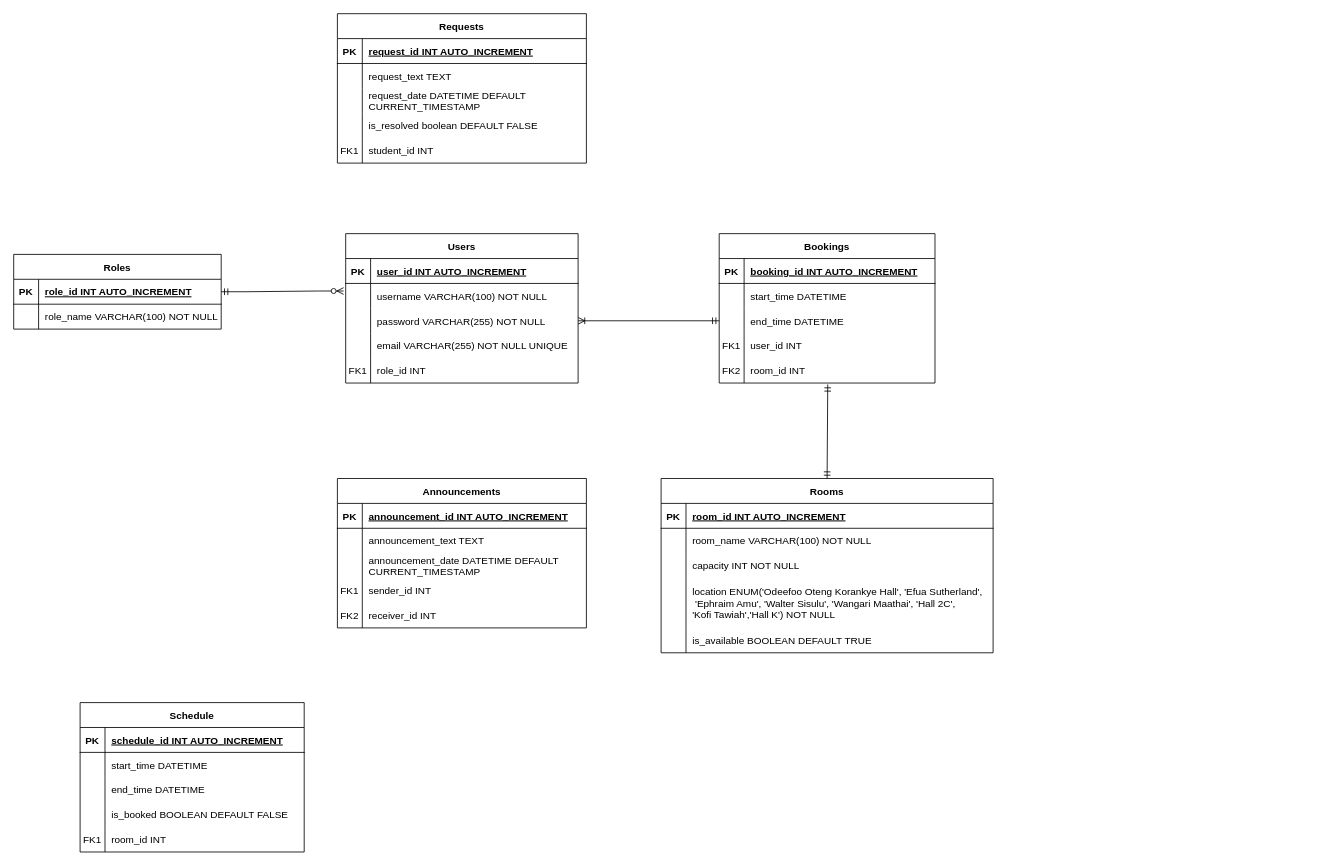
Above: WebTechFinalProject/db/Untitled Diagram.drawio in Lamiorkor/WebTech_A_Team3 (draw.io), before the change. Source tidied: cells renumbered, new cells numbered last; positions are measured from the earlier drawing's top-left corner, leaving out a move shared by most shapes. Both pictures are drawn from the tidied source at 83%, with x=0, y=0 at pixel (13, 13).
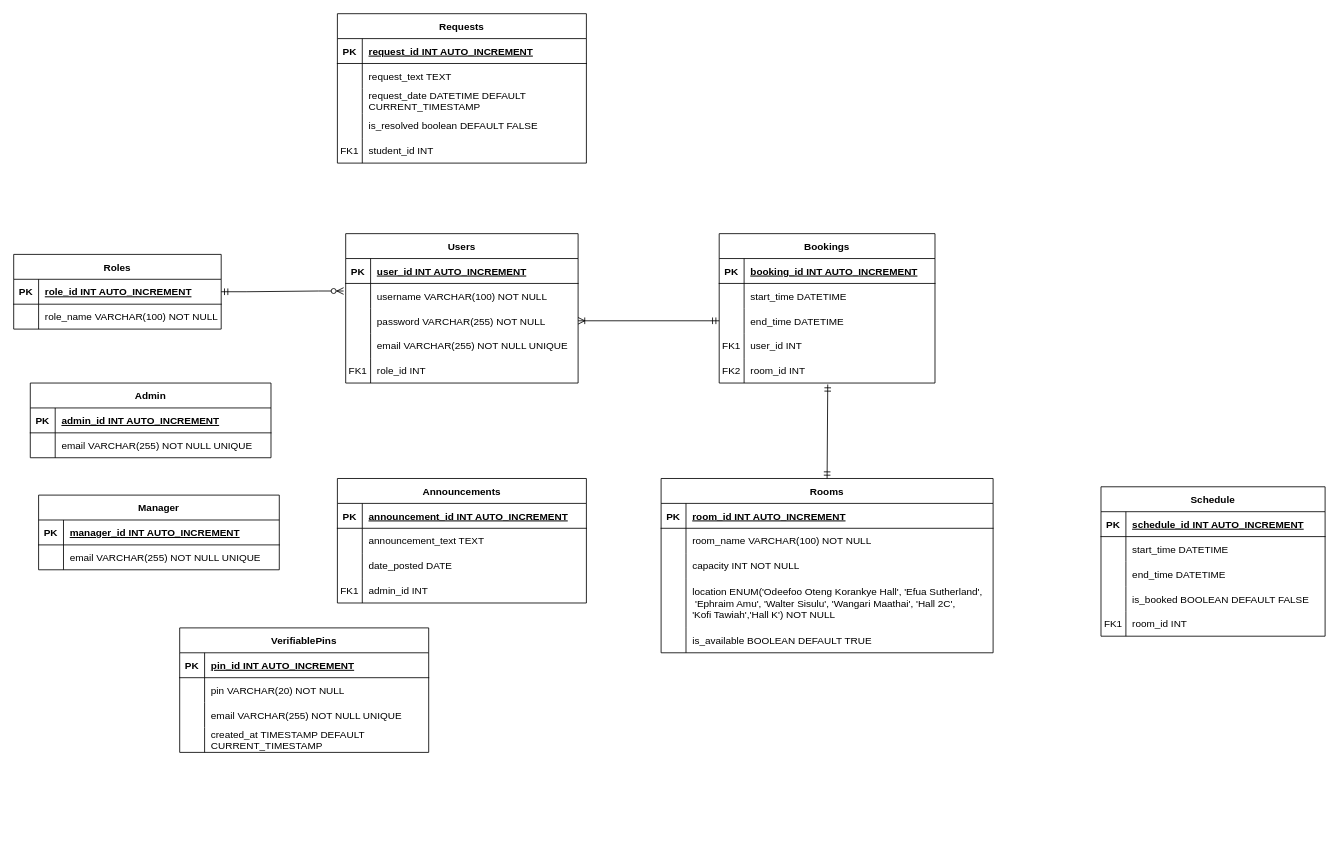
The same page after the edit.

Unchanged cells that the change refers to:
```xml
<mxCell id="81" style="shape=partialRectangle;fillColor=none;top=0;left=0;right=0;bottom=0;" parent="74" vertex="1">
  <mxGeometry y="90" width="300" height="30" as="geometry" />
</mxCell>
<mxCell id="84" style="shape=partialRectangle;fillColor=none;top=0;left=0;right=0;bottom=0;" parent="74" vertex="1">
  <mxGeometry y="120" width="300" height="30" as="geometry" />
</mxCell>
```

Diff of the diagram source:
```diff
@@
     <mxCell id="57" value="Schedule" style="shape=table;startSize=30;childLayout=tableLayout;rowLines=0;fontStyle=1;align=center;" parent="1" vertex="1">
-      <mxGeometry x="80" y="830" width="270" height="180" as="geometry" />
+      <mxGeometry x="1310" y="570" width="270" height="180" as="geometry" />
     </mxCell>
@@
     <mxCell id="74" value="Announcements" style="shape=table;startSize=30;childLayout=tableLayout;rowLines=0;fontStyle=1;align=center;" parent="1" vertex="1">
-      <mxGeometry x="390" y="560" width="300" height="180" as="geometry" />
+      <mxGeometry x="390" y="560" width="300" height="150" as="geometry" />
     </mxCell>
@@
-    <mxCell id="83" value="announcement_date DATETIME DEFAULT&#10;CURRENT_TIMESTAMP" style="shape=partialRectangle;overflow=hidden;fillColor=none;top=0;left=0;bottom=0;right=0;align=left;spacingLeft=6;" parent="81" vertex="1">
+    <mxCell id="83" value="date_posted DATE" style="shape=partialRectangle;overflow=hidden;fillColor=none;top=0;left=0;bottom=0;right=0;align=left;spacingLeft=6;" parent="81" vertex="1">
       <mxGeometry x="30" width="270" height="30" as="geometry" />
     </mxCell>
@@
-    <mxCell id="86" value="sender_id INT" style="shape=partialRectangle;overflow=hidden;fillColor=none;top=0;left=0;bottom=0;right=0;align=left;spacingLeft=6;" parent="84" vertex="1">
+    <mxCell id="86" value="admin_id INT" style="shape=partialRectangle;overflow=hidden;fillColor=none;top=0;left=0;bottom=0;right=0;align=left;spacingLeft=6;" parent="84" vertex="1">
       <mxGeometry x="30" width="270" height="30" as="geometry" />
     </mxCell>
-    <mxCell id="87" style="shape=partialRectangle;fillColor=none;top=0;left=0;right=0;bottom=0;" parent="74" vertex="1">
-      <mxGeometry y="150" width="300" height="30" as="geometry" />
-    </mxCell>
-    <mxCell id="88" value="FK2" style="shape=partialRectangle;overflow=hidden;fillColor=none;top=0;left=0;bottom=0;right=0;" parent="87" vertex="1">
-      <mxGeometry width="30" height="30" as="geometry" />
-    </mxCell>
-    <mxCell id="89" value="receiver_id INT" style="shape=partialRectangle;overflow=hidden;fillColor=none;top=0;left=0;bottom=0;right=0;align=left;spacingLeft=6;" parent="87" vertex="1">
-      <mxGeometry x="30" width="270" height="30" as="geometry" />
-    </mxCell>
@@
+    <mxCell id="108" value="Admin" style="shape=table;startSize=30;childLayout=tableLayout;rowLines=0;fontStyle=1;align=center;" parent="1" vertex="1">
+      <mxGeometry x="20" y="445" width="290" height="90" as="geometry" />
+    </mxCell>
+    <mxCell id="109" style="shape=partialRectangle;fillColor=none;top=0;left=0;right=0;bottom=1;" parent="108" vertex="1">
+      <mxGeometry y="30" width="290" height="30" as="geometry" />
+    </mxCell>
+    <mxCell id="110" value="PK" style="shape=partialRectangle;overflow=hidden;fillColor=none;top=0;left=0;bottom=0;right=0;fontStyle=1;" parent="109" vertex="1">
+      <mxGeometry width="30" height="30" as="geometry" />
+    </mxCell>
+    <mxCell id="111" value="admin_id INT AUTO_INCREMENT" style="shape=partialRectangle;overflow=hidden;fillColor=none;top=0;left=0;bottom=0;right=0;align=left;spacingLeft=6;fontStyle=5;" parent="109" vertex="1">
+      <mxGeometry x="30" width="260" height="30" as="geometry" />
+    </mxCell>
+    <mxCell id="112" style="shape=partialRectangle;fillColor=none;top=0;left=0;right=0;bottom=0;" parent="108" vertex="1">
+      <mxGeometry y="60" width="290" height="30" as="geometry" />
+    </mxCell>
+    <mxCell id="113" style="shape=partialRectangle;overflow=hidden;fillColor=none;top=0;left=0;bottom=0;right=0;" parent="112" vertex="1">
+      <mxGeometry width="30" height="30" as="geometry" />
+    </mxCell>
+    <mxCell id="114" value="email VARCHAR(255) NOT NULL UNIQUE" style="shape=partialRectangle;overflow=hidden;fillColor=none;top=0;left=0;bottom=0;right=0;align=left;spacingLeft=6;" parent="112" vertex="1">
+      <mxGeometry x="30" width="260" height="30" as="geometry" />
+    </mxCell>
+    <mxCell id="115" value="Manager" style="shape=table;startSize=30;childLayout=tableLayout;rowLines=0;fontStyle=1;align=center;" parent="1" vertex="1">
+      <mxGeometry x="30" y="580" width="290" height="90" as="geometry" />
+    </mxCell>
+    <mxCell id="116" style="shape=partialRectangle;fillColor=none;top=0;left=0;right=0;bottom=1;" parent="115" vertex="1">
+      <mxGeometry y="30" width="290" height="30" as="geometry" />
+    </mxCell>
+    <mxCell id="117" value="PK" style="shape=partialRectangle;overflow=hidden;fillColor=none;top=0;left=0;bottom=0;right=0;fontStyle=1;" parent="116" vertex="1">
+      <mxGeometry width="30" height="30" as="geometry" />
+    </mxCell>
+    <mxCell id="118" value="manager_id INT AUTO_INCREMENT" style="shape=partialRectangle;overflow=hidden;fillColor=none;top=0;left=0;bottom=0;right=0;align=left;spacingLeft=6;fontStyle=5;" parent="116" vertex="1">
+      <mxGeometry x="30" width="260" height="30" as="geometry" />
+    </mxCell>
+    <mxCell id="119" style="shape=partialRectangle;fillColor=none;top=0;left=0;right=0;bottom=0;" parent="115" vertex="1">
+      <mxGeometry y="60" width="290" height="30" as="geometry" />
+    </mxCell>
+    <mxCell id="120" style="shape=partialRectangle;overflow=hidden;fillColor=none;top=0;left=0;bottom=0;right=0;" parent="119" vertex="1">
+      <mxGeometry width="30" height="30" as="geometry" />
+    </mxCell>
+    <mxCell id="121" value="email VARCHAR(255) NOT NULL UNIQUE" style="shape=partialRectangle;overflow=hidden;fillColor=none;top=0;left=0;bottom=0;right=0;align=left;spacingLeft=6;" parent="119" vertex="1">
+      <mxGeometry x="30" width="260" height="30" as="geometry" />
+    </mxCell>
+    <mxCell id="122" value="VerifiablePins" style="shape=table;startSize=30;childLayout=tableLayout;rowLines=0;fontStyle=1;align=center;" parent="1" vertex="1">
+      <mxGeometry x="200" y="740" width="300" height="150" as="geometry" />
+    </mxCell>
+    <mxCell id="123" style="shape=partialRectangle;fillColor=none;top=0;left=0;right=0;bottom=1;" parent="122" vertex="1">
+      <mxGeometry y="30" width="300" height="30" as="geometry" />
+    </mxCell>
+    <mxCell id="124" value="PK" style="shape=partialRectangle;overflow=hidden;fillColor=none;top=0;left=0;bottom=0;right=0;fontStyle=1;" parent="123" vertex="1">
+      <mxGeometry width="30" height="30" as="geometry" />
+    </mxCell>
+    <mxCell id="125" value="pin_id INT AUTO_INCREMENT" style="shape=partialRectangle;overflow=hidden;fillColor=none;top=0;left=0;bottom=0;right=0;align=left;spacingLeft=6;fontStyle=5;" parent="123" vertex="1">
+      <mxGeometry x="30" width="270" height="30" as="geometry" />
+    </mxCell>
+    <mxCell id="126" style="shape=partialRectangle;fillColor=none;top=0;left=0;right=0;bottom=0;" parent="122" vertex="1">
+      <mxGeometry y="60" width="300" height="30" as="geometry" />
+    </mxCell>
+    <mxCell id="127" style="shape=partialRectangle;overflow=hidden;fillColor=none;top=0;left=0;bottom=0;right=0;" parent="126" vertex="1">
+      <mxGeometry width="30" height="30" as="geometry" />
+    </mxCell>
+    <mxCell id="128" value="pin VARCHAR(20) NOT NULL" style="shape=partialRectangle;overflow=hidden;fillColor=none;top=0;left=0;bottom=0;right=0;align=left;spacingLeft=6;" parent="126" vertex="1">
+      <mxGeometry x="30" width="270" height="30" as="geometry" />
+    </mxCell>
+    <mxCell id="129" style="shape=partialRectangle;fillColor=none;top=0;left=0;right=0;bottom=0;" parent="122" vertex="1">
+      <mxGeometry y="90" width="300" height="30" as="geometry" />
+    </mxCell>
+    <mxCell id="130" style="shape=partialRectangle;overflow=hidden;fillColor=none;top=0;left=0;bottom=0;right=0;" parent="129" vertex="1">
+      <mxGeometry width="30" height="30" as="geometry" />
+    </mxCell>
+    <mxCell id="131" value="email VARCHAR(255) NOT NULL UNIQUE" style="shape=partialRectangle;overflow=hidden;fillColor=none;top=0;left=0;bottom=0;right=0;align=left;spacingLeft=6;" parent="129" vertex="1">
+      <mxGeometry x="30" width="270" height="30" as="geometry" />
+    </mxCell>
+    <mxCell id="132" style="shape=partialRectangle;fillColor=none;top=0;left=0;right=0;bottom=0;" parent="122" vertex="1">
+      <mxGeometry y="120" width="300" height="30" as="geometry" />
+    </mxCell>
+    <mxCell id="133" style="shape=partialRectangle;overflow=hidden;fillColor=none;top=0;left=0;bottom=0;right=0;" parent="132" vertex="1">
+      <mxGeometry width="30" height="30" as="geometry" />
+    </mxCell>
+    <mxCell id="134" value="created_at TIMESTAMP DEFAULT &#10;CURRENT_TIMESTAMP" style="shape=partialRectangle;overflow=hidden;fillColor=none;top=0;left=0;bottom=0;right=0;align=left;spacingLeft=6;" parent="132" vertex="1">
+      <mxGeometry x="30" width="270" height="30" as="geometry" />
+    </mxCell>
```
